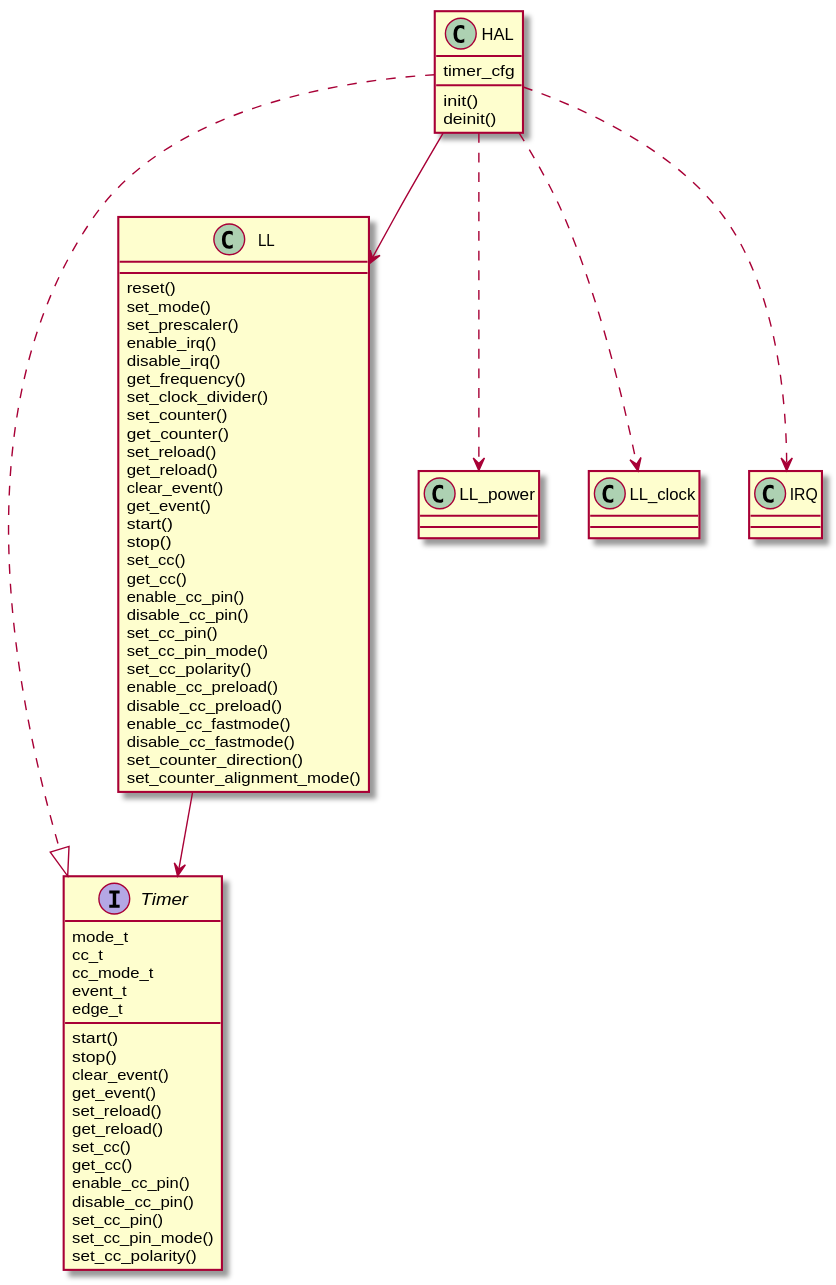
Above: docs/source/assets/images/timer.svg in onkwon/halmcu (PlantUML), before the change.
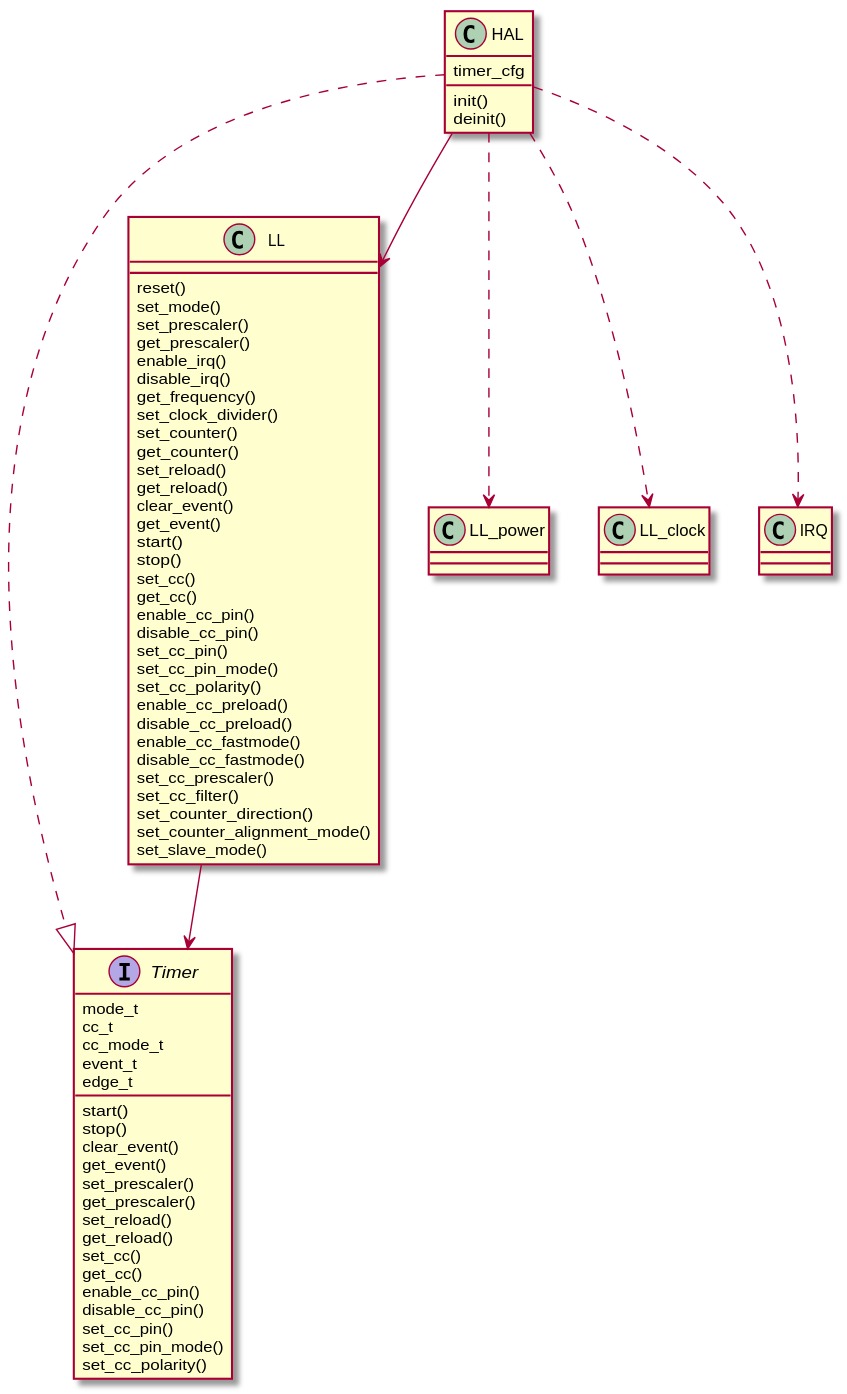
Above is the later version.

Diff of the diagram source:
```diff
@@ -10,6 +10,8 @@
 	stop()
 	clear_event()
 	get_event()
+	set_prescaler()
+	get_prescaler()
 	set_reload()
 	get_reload()
 	set_cc()
@@ -25,6 +27,7 @@
 	reset()
 	set_mode()
 	set_prescaler()
+	get_prescaler()
 	enable_irq()
 	disable_irq()
 	get_frequency()
@@ -48,8 +51,11 @@
 	disable_cc_preload()
 	enable_cc_fastmode()
 	disable_cc_fastmode()
+	set_cc_prescaler()
+	set_cc_filter()
 	set_counter_direction()
 	set_counter_alignment_mode()
+	set_slave_mode()
 }
 
 class HAL {
```
